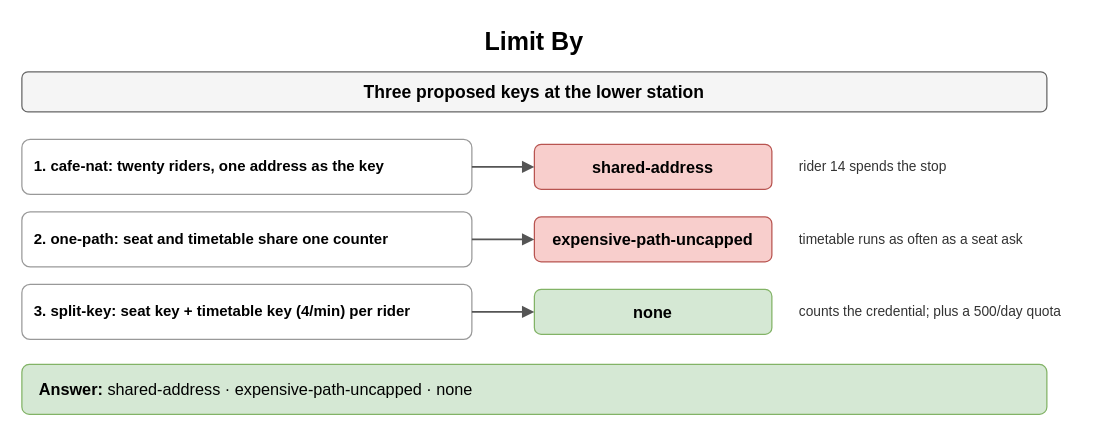
The draw.io diagram page "Limit By" (2 of 8) of content/09_System_Design_Interview/17_Rate_Limiting_and_Throttling/diagrams/rate-limiting-drills.drawio in amendez13/swe-study-guide, before the edit. Source tidied: cells renumbered, new cells numbered last; positions are measured from the earlier drawing's top-left corner, leaving out a move shared by most shapes. Both pictures are drawn from the tidied source at 125%, with x=0, y=0 at pixel (21, 21).
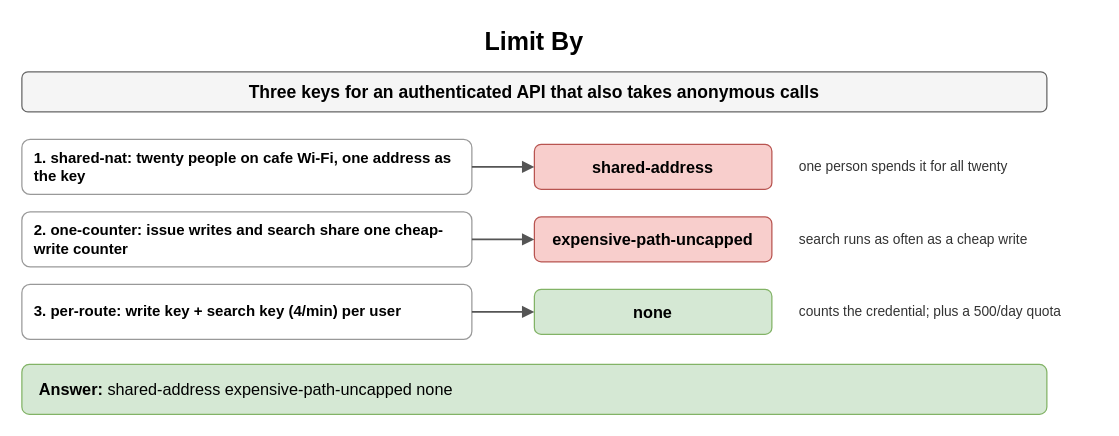
The same diagram, later.

Diff of the diagram source:
```diff
@@
 <mxGraphModel>
   <root>
     <mxCell id="0" />
     <mxCell id="1" parent="0" />
     <mxCell id="2" value="Limit By" style="text;html=1;align=center;verticalAlign=middle;whiteSpace=wrap;fontSize=20;fontStyle=1;" parent="1" vertex="1">
       <mxGeometry width="820" height="30" as="geometry" />
     </mxCell>
-    <mxCell id="3" value="Three proposed keys at the lower station" style="rounded=1;whiteSpace=wrap;html=1;fillColor=#f5f5f5;strokeColor=#666666;fontStyle=1;fontSize=14;" parent="1" vertex="1">
+    <mxCell id="3" value="Three keys for an authenticated API that also takes anonymous calls" style="rounded=1;whiteSpace=wrap;html=1;fillColor=#f5f5f5;strokeColor=#666666;fontStyle=1;fontSize=14;" parent="1" vertex="1">
       <mxGeometry y="40" width="820" height="32" as="geometry" />
     </mxCell>
-    <mxCell id="4" value="1. cafe-nat: twenty riders, one address as the key" style="rounded=1;whiteSpace=wrap;html=1;fillColor=#ffffff;strokeColor=#999999;fontSize=12;align=left;fontStyle=1;spacingLeft=8;" parent="1" vertex="1">
+    <mxCell id="4" value="1. shared-nat: twenty people on cafe Wi-Fi, one address as the key" style="rounded=1;whiteSpace=wrap;html=1;fillColor=#ffffff;strokeColor=#999999;fontSize=12;align=left;fontStyle=1;spacingLeft=8;" parent="1" vertex="1">
       <mxGeometry y="94" width="360" height="44" as="geometry" />
     </mxCell>
     <mxCell id="5" value="shared-address" style="rounded=1;whiteSpace=wrap;html=1;fillColor=#f8cecc;strokeColor=#b85450;fontSize=13;align=center;fontStyle=1;" parent="1" vertex="1">
       <mxGeometry x="410" y="98" width="190" height="36" as="geometry" />
     </mxCell>
     <mxCell id="6" style="endArrow=block;endSize=6;html=1;strokeWidth=1.5;strokeColor=#555555;fontSize=11;labelBackgroundColor=#ffffff;" parent="1" edge="1" source="4" target="5">
       <mxGeometry relative="1" as="geometry" />
     </mxCell>
-    <mxCell id="7" value="rider 14 spends the stop" style="text;html=1;whiteSpace=wrap;fontSize=11;align=left;verticalAlign=middle;fontSize=11;fontColor=#333333;" parent="1" vertex="1">
+    <mxCell id="7" value="one person spends it for all twenty" style="text;html=1;whiteSpace=wrap;fontSize=11;align=left;verticalAlign=middle;fontSize=11;fontColor=#333333;" parent="1" vertex="1">
       <mxGeometry x="620" y="94" width="240" height="44" as="geometry" />
     </mxCell>
-    <mxCell id="8" value="2. one-path: seat and timetable share one counter" style="rounded=1;whiteSpace=wrap;html=1;fillColor=#ffffff;strokeColor=#999999;fontSize=12;align=left;fontStyle=1;spacingLeft=8;" parent="1" vertex="1">
+    <mxCell id="8" value="2. one-counter: issue writes and search share one cheap-write counter" style="rounded=1;whiteSpace=wrap;html=1;fillColor=#ffffff;strokeColor=#999999;fontSize=12;align=left;fontStyle=1;spacingLeft=8;" parent="1" vertex="1">
       <mxGeometry y="152" width="360" height="44" as="geometry" />
     </mxCell>
     <mxCell id="9" value="expensive-path-uncapped" style="rounded=1;whiteSpace=wrap;html=1;fillColor=#f8cecc;strokeColor=#b85450;fontSize=13;align=center;fontStyle=1;" parent="1" vertex="1">
       <mxGeometry x="410" y="156" width="190" height="36" as="geometry" />
     </mxCell>
     <mxCell id="10" style="endArrow=block;endSize=6;html=1;strokeWidth=1.5;strokeColor=#555555;fontSize=11;labelBackgroundColor=#ffffff;" parent="1" edge="1" source="8" target="9">
       <mxGeometry relative="1" as="geometry" />
     </mxCell>
-    <mxCell id="11" value="timetable runs as often as a seat ask" style="text;html=1;whiteSpace=wrap;fontSize=11;align=left;verticalAlign=middle;fontSize=11;fontColor=#333333;" parent="1" vertex="1">
+    <mxCell id="11" value="search runs as often as a cheap write" style="text;html=1;whiteSpace=wrap;fontSize=11;align=left;verticalAlign=middle;fontSize=11;fontColor=#333333;" parent="1" vertex="1">
       <mxGeometry x="620" y="152" width="240" height="44" as="geometry" />
     </mxCell>
-    <mxCell id="12" value="3. split-key: seat key + timetable key (4/min) per rider" style="rounded=1;whiteSpace=wrap;html=1;fillColor=#ffffff;strokeColor=#999999;fontSize=12;align=left;fontStyle=1;spacingLeft=8;" parent="1" vertex="1">
+    <mxCell id="12" value="3. per-route: write key + search key (4/min) per user" style="rounded=1;whiteSpace=wrap;html=1;fillColor=#ffffff;strokeColor=#999999;fontSize=12;align=left;fontStyle=1;spacingLeft=8;" parent="1" vertex="1">
       <mxGeometry y="210" width="360" height="44" as="geometry" />
     </mxCell>
     <mxCell id="13" value="none" style="rounded=1;whiteSpace=wrap;html=1;fillColor=#d5e8d4;strokeColor=#82b366;fontSize=13;align=center;fontStyle=1;" parent="1" vertex="1">
       <mxGeometry x="410" y="214" width="190" height="36" as="geometry" />
     </mxCell>
     <mxCell id="14" style="endArrow=block;endSize=6;html=1;strokeWidth=1.5;strokeColor=#555555;fontSize=11;labelBackgroundColor=#ffffff;" parent="1" edge="1" source="12" target="13">
       <mxGeometry relative="1" as="geometry" />
     </mxCell>
     <mxCell id="15" value="counts the credential; plus a 500/day quota" style="text;html=1;whiteSpace=wrap;fontSize=11;align=left;verticalAlign=middle;fontSize=11;fontColor=#333333;" parent="1" vertex="1">
       <mxGeometry x="620" y="210" width="240" height="44" as="geometry" />
     </mxCell>
-    <mxCell id="16" value="&lt;b&gt;Answer:&lt;/b&gt; shared-address · expensive-path-uncapped · none" style="rounded=1;whiteSpace=wrap;html=1;fillColor=#d5e8d4;strokeColor=#82b366;fontSize=13;align=left;spacingLeft=12;" parent="1" vertex="1">
+    <mxCell id="16" value="&lt;b&gt;Answer:&lt;/b&gt; shared-address expensive-path-uncapped none" style="rounded=1;whiteSpace=wrap;html=1;fillColor=#d5e8d4;strokeColor=#82b366;fontSize=13;align=left;spacingLeft=12;" parent="1" vertex="1">
       <mxGeometry y="274" width="820" height="40" as="geometry" />
     </mxCell>
   </root>
 </mxGraphModel>
```
